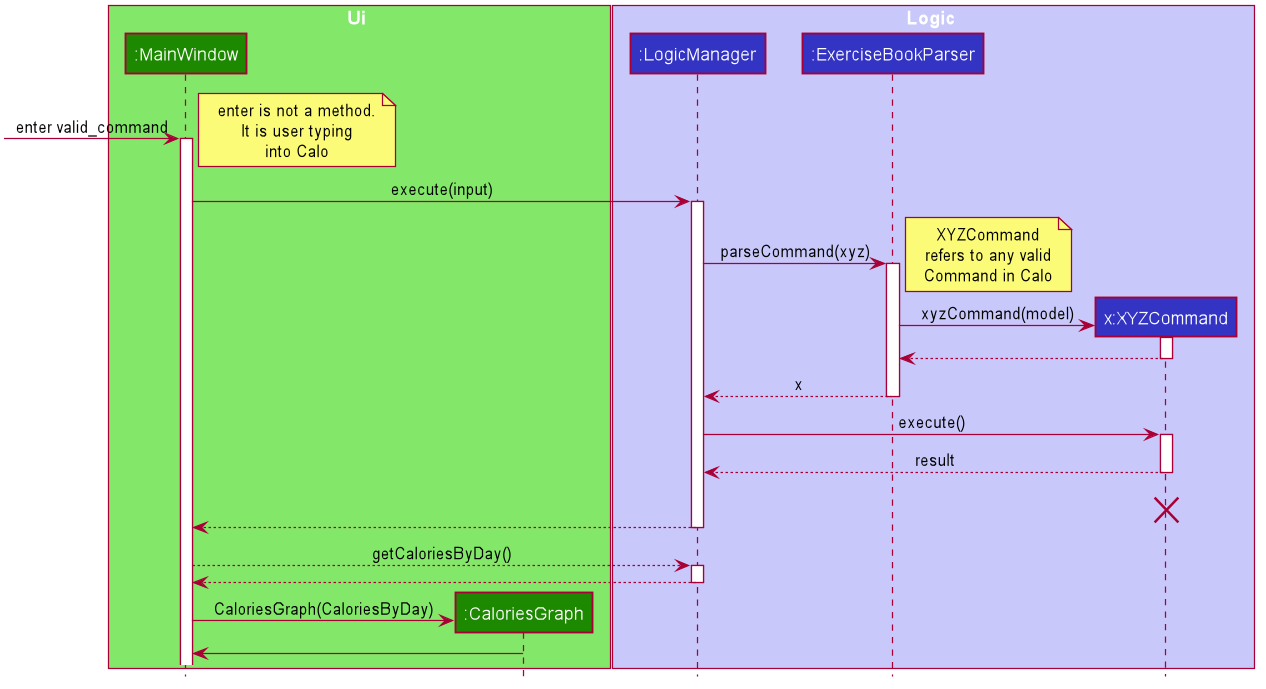
Above: docs/images/CaloriesGraph.png in nus-cs2103-AY2021S1/tp (PlantUML), before the change. Its diagram source:
```plantuml
@startuml









skinparam BackgroundColor #FFFFFFF

skinparam Shadowing false

skinparam Class {
    FontColor #FFFFFF
    BorderThickness 1
    BorderColor #FFFFFF
    StereotypeFontColor #FFFFFF
    FontName Arial
}

skinparam Actor {
    BorderColor #000000
    Color #000000
    FontName Arial
}

skinparam Sequence {
    MessageAlign center
    BoxFontSize 15
    BoxPadding 0
    BoxFontColor #FFFFFF
    FontName Arial
}

skinparam Participant {
    FontColor #FFFFFFF
    Padding 20
}

skinparam MinClassWidth 50
skinparam ParticipantPadding 10
skinparam Shadowing false
skinparam DefaultTextAlignment center
skinparam packageStyle Rectangle

hide footbox
hide members
hide circle

box Ui #83E769
participant ":MainWindow" as MainWindow #1D8900
participant ":CaloriesGraph" as CaloriesGraph #1D8900
end box

box Logic #C8C8FA
participant ":LogicManager" as LogicManager #3333C4
participant ":ExerciseBookParser" as ExerciseBookParser #3333C4
participant "x:XYZCommand" as XYZCommand #3333C4
end box


[-> MainWindow : enter valid_command
activate MainWindow
note bottom
enter is not a method.
It is user typing
into Calo
end note



MainWindow -> LogicManager : execute(input)
activate LogicManager

LogicManager -> ExerciseBookParser : parseCommand(xyz)
activate ExerciseBookParser

note right
XYZCommand
refers to any valid
Command in Calo
end note



create XYZCommand
ExerciseBookParser -> XYZCommand : xyzCommand(model)

activate XYZCommand
XYZCommand --> ExerciseBookParser
deactivate XYZCommand


ExerciseBookParser --> LogicManager : x
deactivate ExerciseBookParser

LogicManager -> XYZCommand : execute()
activate XYZCommand

XYZCommand --> LogicManager : result
deactivate XYZCommand
XYZCommand -[hidden]-> LogicManager : result
destroy XYZCommand

MainWindow<--LogicManager
deactivate LogicManager

MainWindow --> LogicManager : getCaloriesByDay()
activate LogicManager

MainWindow<--LogicManager
deactivate LogicManager

create CaloriesGraph
MainWindow -> CaloriesGraph : CaloriesGraph(CaloriesByDay)

CaloriesGraph -> MainWindow
@enduml
```
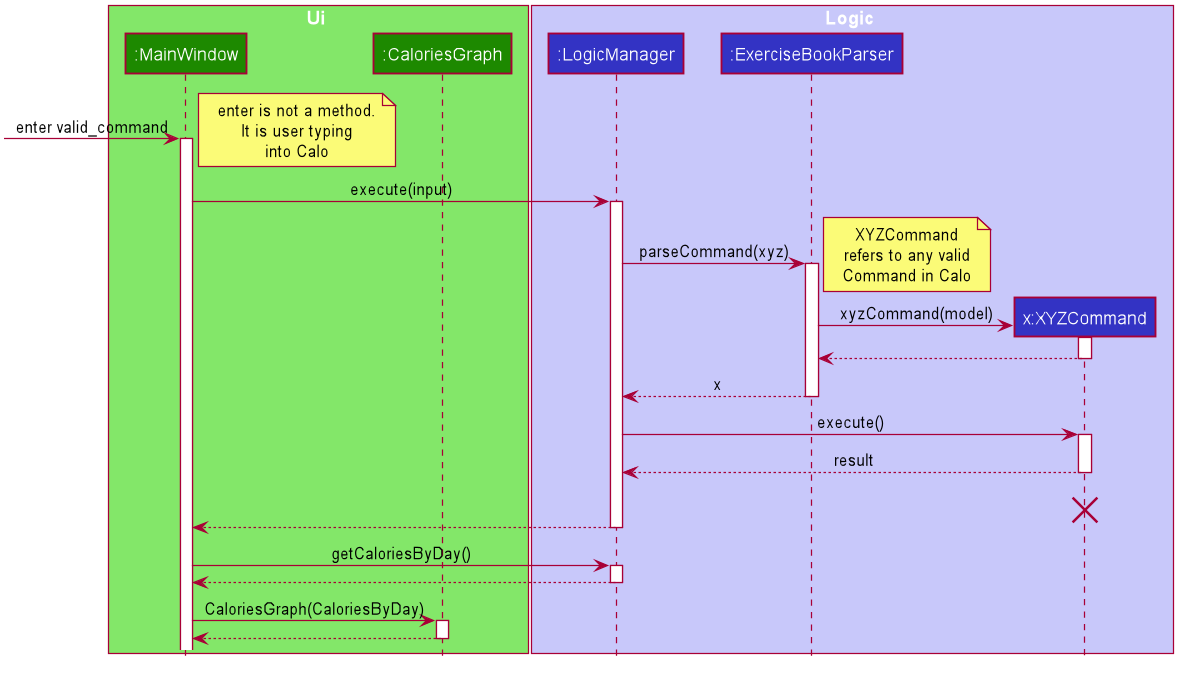
After the commit.

The edit, as a diff of the source:
```diff
@@ -107,14 +107,15 @@
 MainWindow<--LogicManager
 deactivate LogicManager
 
-MainWindow --> LogicManager : getCaloriesByDay()
+MainWindow -> LogicManager : getCaloriesByDay()
 activate LogicManager
 
 MainWindow<--LogicManager
 deactivate LogicManager
 
-create CaloriesGraph
 MainWindow -> CaloriesGraph : CaloriesGraph(CaloriesByDay)
+activate CaloriesGraph
 
-CaloriesGraph -> MainWindow
+CaloriesGraph --> MainWindow
+deactivate CaloriesGraph
 @enduml
```
